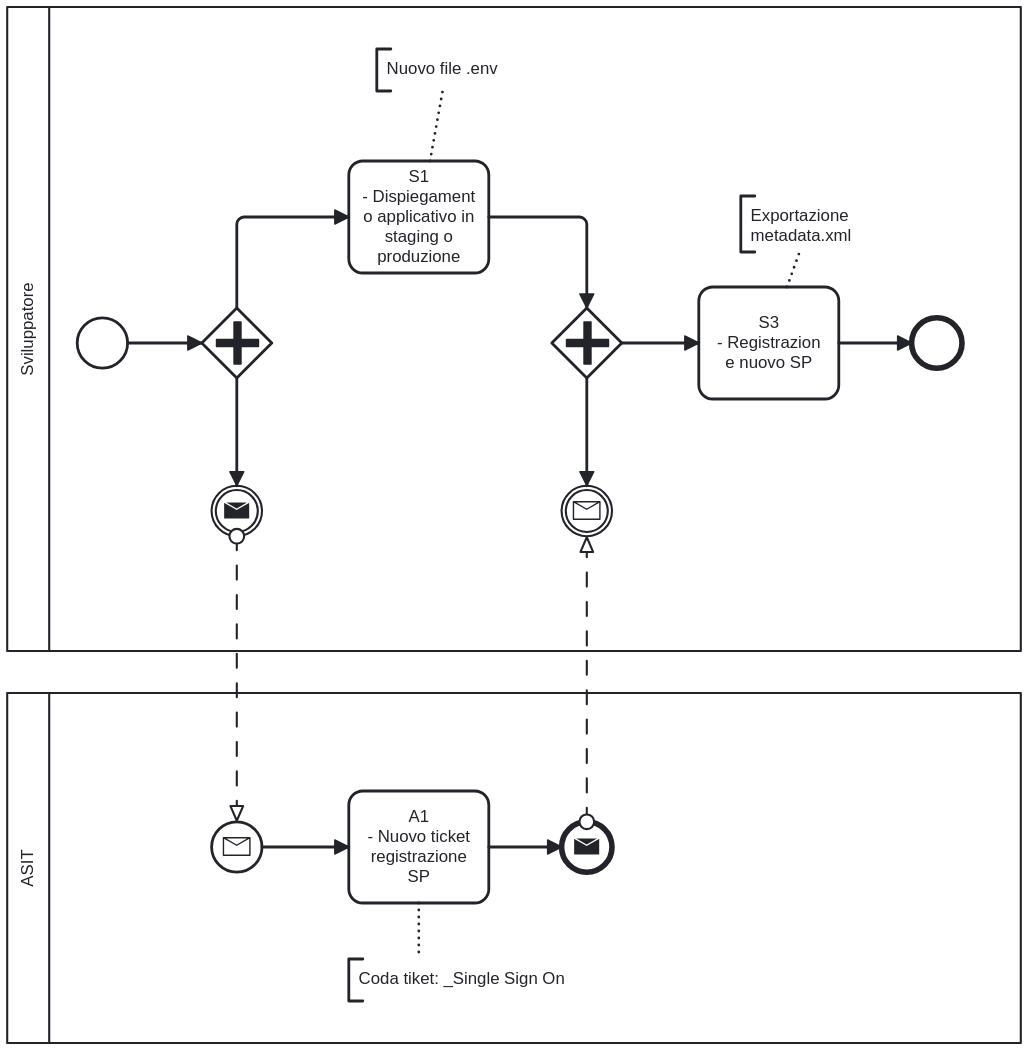
Earlier version of the BPMN export nextjs/diagrammi/auth-integration-workflow.svg (Piattaforme-Applicativi/soul-docs). Its source is kept beside it as nextjs/diagrammi/auth-integration-workflow.bpmn. Ids are renumbered.
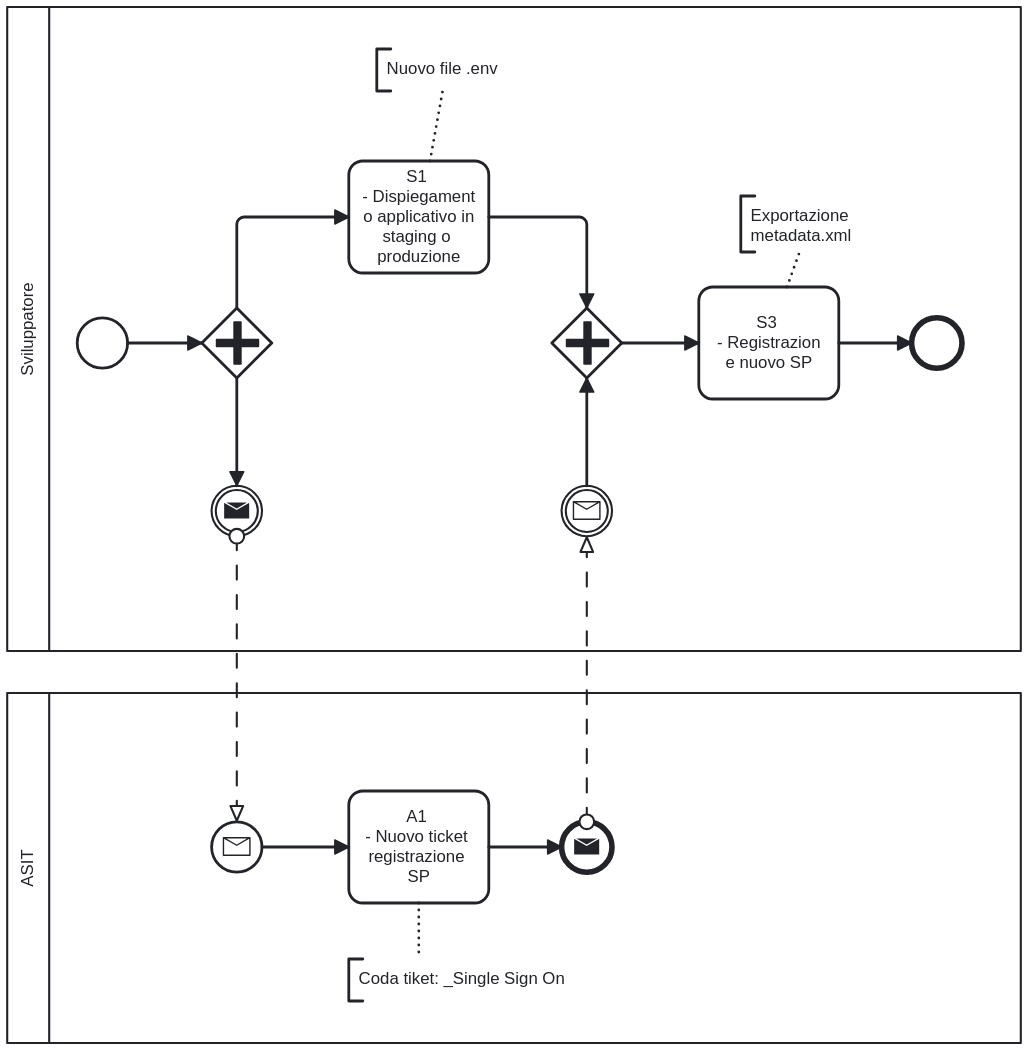
The same diagram one commit later.

Commit message:
FIX: corretto errore nel flusso BPMN di registrazione nuovo SP

What changed in the source:
```diff
@@ -1,4 +1,4 @@
-<bpmn:definitions xmlns:xsi="http://www.w3.org/2001/XMLSchema-instance" xmlns:bpmn="http://www.omg.org/spec/BPMN/20100524/MODEL" xmlns:bpmndi="http://www.omg.org/spec/BPMN/20100524/DI" xmlns:dc="http://www.omg.org/spec/DD/20100524/DC" xmlns:di="http://www.omg.org/spec/DD/20100524/DI" id="Definitions_n1" targetNamespace="http://bpmn.io/schema/bpmn" exporter="bpmn-js (https://demo.bpmn.io)" exporterVersion="18.6.1">
+<bpmn:definitions xmlns:xsi="http://www.w3.org/2001/XMLSchema-instance" xmlns:bpmn="http://www.omg.org/spec/BPMN/20100524/MODEL" xmlns:bpmndi="http://www.omg.org/spec/BPMN/20100524/DI" xmlns:dc="http://www.omg.org/spec/DD/20100524/DC" xmlns:di="http://www.omg.org/spec/DD/20100524/DI" id="Definitions_n1" targetNamespace="http://bpmn.io/schema/bpmn" exporter="bpmn-js (https://demo.bpmn.io)" exporterVersion="18.9.0">
   <bpmn:collaboration id="Collaboration_n2">
     <bpmn:participant id="Participant_n3" name="Sviluppatore" processRef="Process_n4" />
     <bpmn:participant id="Participant_n5" name="ASIT" processRef="Process_n6" />
@@ -34,8 +34,8 @@
     </bpmn:parallelGateway>
     <bpmn:parallelGateway id="Gateway_n28">
       <bpmn:incoming>Flow_n29</bpmn:incoming>
+      <bpmn:incoming>Flow_n39</bpmn:incoming>
       <bpmn:outgoing>Flow_n24</bpmn:outgoing>
-      <bpmn:outgoing>Flow_n30</bpmn:outgoing>
     </bpmn:parallelGateway>
     <bpmn:task id="Activity_n19" name="S1 - Dispiegamento applicativo in staging o produzione">
       <bpmn:incoming>Flow_n26</bpmn:incoming>
@@ -51,11 +51,11 @@
       <bpmn:incoming>Flow_n27</bpmn:incoming>
       <bpmn:messageEventDefinition id="MessageEventDefinition_n31" />
     </bpmn:intermediateThrowEvent>
-    <bpmn:sequenceFlow id="Flow_n30" sourceRef="Gateway_n28" targetRef="Event_n12" />
     <bpmn:intermediateCatchEvent id="Event_n12">
-      <bpmn:incoming>Flow_n30</bpmn:incoming>
+      <bpmn:outgoing>Flow_n39</bpmn:outgoing>
       <bpmn:messageEventDefinition id="MessageEventDefinition_n32" />
     </bpmn:intermediateCatchEvent>
+    <bpmn:sequenceFlow id="Flow_n39" sourceRef="Event_n12" targetRef="Gateway_n28" />
   </bpmn:process>
   <bpmn:process id="Process_n6">
     <bpmn:sequenceFlow id="Flow_n33" sourceRef="Event_n9" targetRef="Activity_n34" />
@@ -132,9 +132,9 @@
         <di:waypoint x="320" y="345" />
         <di:waypoint x="320" y="422" />
       </bpmndi:BPMNEdge>
-      <bpmndi:BPMNEdge id="Flow_n30_di" bpmnElement="Flow_n30">
+      <bpmndi:BPMNEdge id="Flow_n39_di" bpmnElement="Flow_n39">
+        <di:waypoint x="570" y="422" />
         <di:waypoint x="570" y="345" />
-        <di:waypoint x="570" y="422" />
       </bpmndi:BPMNEdge>
       <bpmndi:BPMNShape id="Participant_n5_di" bpmnElement="Participant_n5" isHorizontal="true">
         <dc:Bounds x="156" y="570" width="724" height="250" />
@@ -150,10 +150,6 @@
         <dc:Bounds x="400" y="640" width="100" height="80" />
         <bpmndi:BPMNLabel />
       </bpmndi:BPMNShape>
-      <bpmndi:BPMNEdge id="Association_n38_di" bpmnElement="Association_n38">
-        <di:waypoint x="450" y="720" />
-        <di:waypoint x="450" y="760" />
-      </bpmndi:BPMNEdge>
       <bpmndi:BPMNEdge id="Flow_n33_di" bpmnElement="Flow_n33">
         <di:waypoint x="338" y="680" />
         <di:waypoint x="400" y="680" />
@@ -161,6 +157,10 @@
       <bpmndi:BPMNEdge id="Flow_n36_di" bpmnElement="Flow_n36">
         <di:waypoint x="500" y="680" />
         <di:waypoint x="552" y="680" />
+      </bpmndi:BPMNEdge>
+      <bpmndi:BPMNEdge id="Association_n38_di" bpmnElement="Association_n38">
+        <di:waypoint x="450" y="720" />
+        <di:waypoint x="450" y="760" />
       </bpmndi:BPMNEdge>
       <bpmndi:BPMNShape id="TextAnnotation_n13_di" bpmnElement="TextAnnotation_n13">
         <dc:Bounds x="420" y="110" width="100" height="30" />
@@ -170,6 +170,18 @@
         <dc:Bounds x="680" y="215" width="100" height="40" />
         <bpmndi:BPMNLabel />
       </bpmndi:BPMNShape>
+      <bpmndi:BPMNShape id="TextAnnotation_n15_di" bpmnElement="TextAnnotation_n15">
+        <dc:Bounds x="400" y="760" width="180" height="30" />
+        <bpmndi:BPMNLabel />
+      </bpmndi:BPMNShape>
+      <bpmndi:BPMNEdge id="Flow_n7_di" bpmnElement="Flow_n7">
+        <di:waypoint x="320" y="458" />
+        <di:waypoint x="320" y="662" />
+      </bpmndi:BPMNEdge>
+      <bpmndi:BPMNEdge id="Flow_n10_di" bpmnElement="Flow_n10">
+        <di:waypoint x="570" y="662" />
+        <di:waypoint x="570" y="458" />
+      </bpmndi:BPMNEdge>
       <bpmndi:BPMNEdge id="Association_n16_di" bpmnElement="Association_n16">
         <di:waypoint x="713" y="280" />
         <di:waypoint x="722" y="255" />
@@ -178,18 +190,6 @@
         <di:waypoint x="458" y="190" />
         <di:waypoint x="467" y="140" />
       </bpmndi:BPMNEdge>
-      <bpmndi:BPMNEdge id="Flow_n7_di" bpmnElement="Flow_n7">
-        <di:waypoint x="320" y="458" />
-        <di:waypoint x="320" y="662" />
-      </bpmndi:BPMNEdge>
-      <bpmndi:BPMNShape id="TextAnnotation_n15_di" bpmnElement="TextAnnotation_n15">
-        <dc:Bounds x="400" y="760" width="180" height="30" />
-        <bpmndi:BPMNLabel />
-      </bpmndi:BPMNShape>
-      <bpmndi:BPMNEdge id="Flow_n10_di" bpmnElement="Flow_n10">
-        <di:waypoint x="570" y="662" />
-        <di:waypoint x="570" y="458" />
-      </bpmndi:BPMNEdge>
     </bpmndi:BPMNPlane>
   </bpmndi:BPMNDiagram>
 </bpmn:definitions>
```
